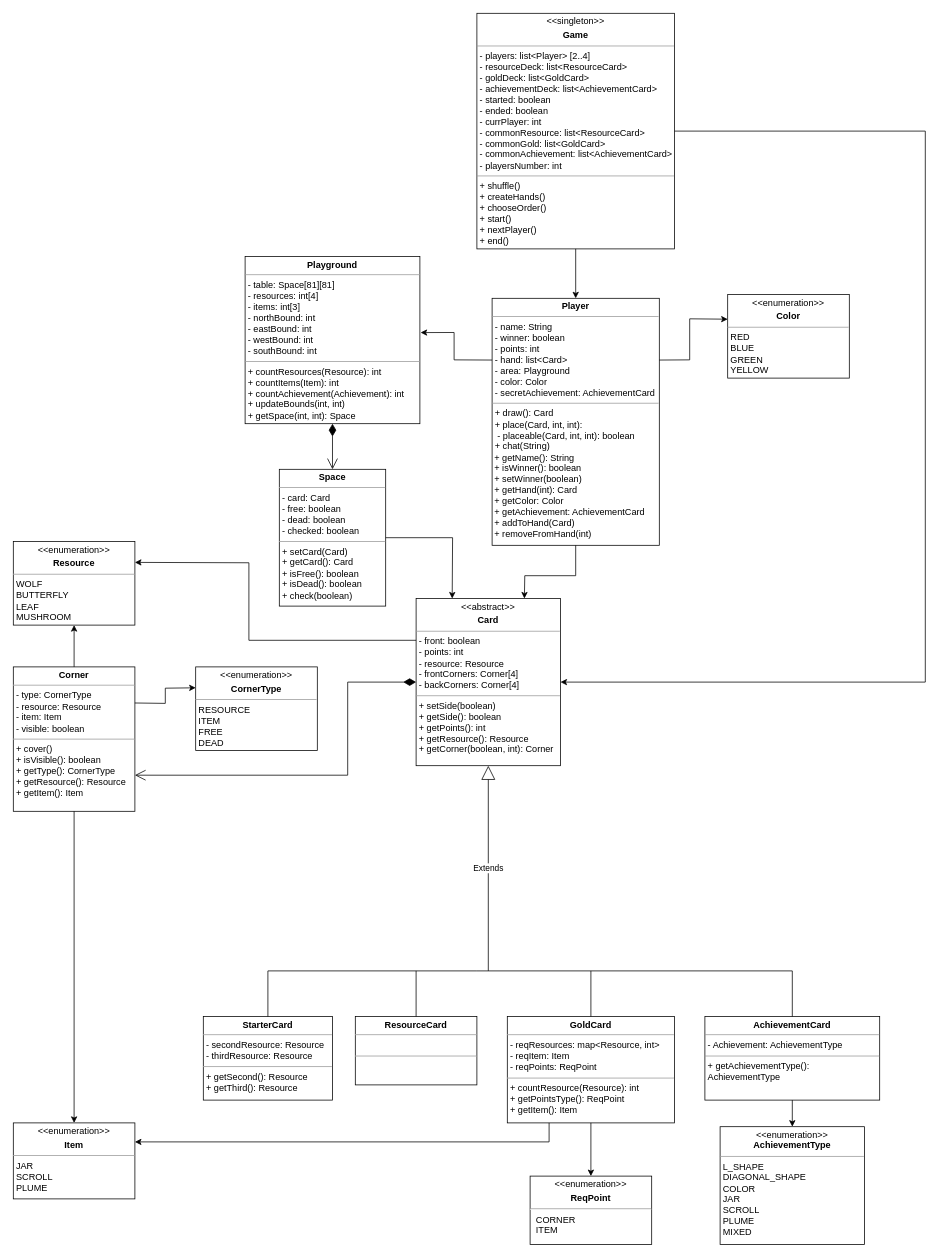
LorenzoTallarico/ing-sw-2024-roggero-tallarico-trombetta-razza keeps this draw.io diagram as deliveries/UML_iniziale_4.drawio. Above is the earlier version. Source tidied: cells renumbered, new cells numbered last; positions are measured from the earlier drawing's top-left corner, leaving out a move shared by most shapes. Both pictures are drawn from the tidied source at 76%, with x=0, y=0 at pixel (13, 13).
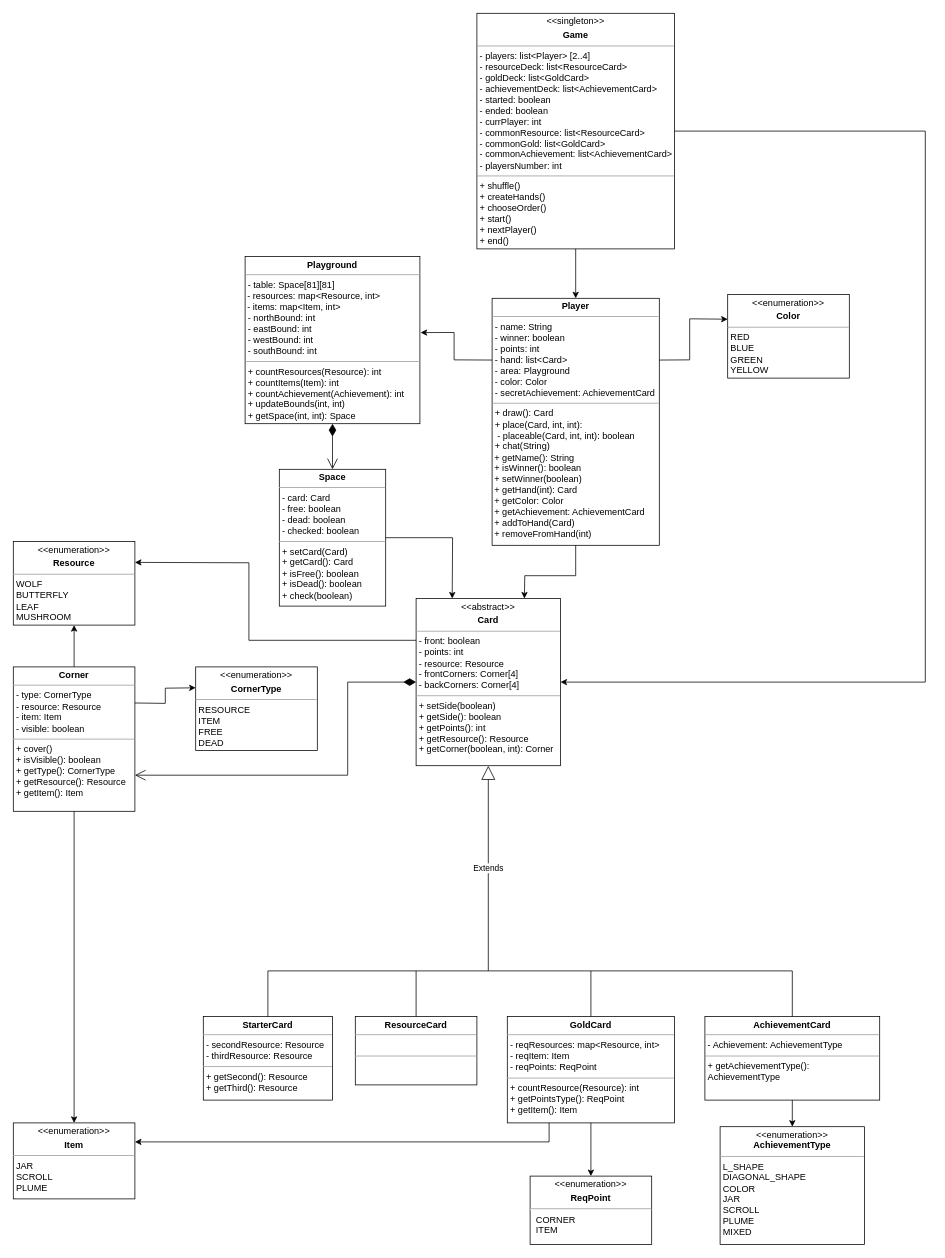
After the change.

Change to the diagram source:
```diff
@@
-    <mxCell id="4" value="&lt;p style=&quot;margin:0px;margin-top:4px;text-align:center;&quot;&gt;&lt;b&gt;Playground&lt;/b&gt;&lt;/p&gt;&lt;hr size=&quot;1&quot;&gt;&lt;p style=&quot;margin:0px;margin-left:4px;&quot;&gt;- table: Space[81][81]&lt;/p&gt;&lt;p style=&quot;margin:0px;margin-left:4px;&quot;&gt;- resources: int[4]&lt;/p&gt;&lt;p style=&quot;margin:0px;margin-left:4px;&quot;&gt;- items: int[3]&lt;/p&gt;&lt;p style=&quot;margin:0px;margin-left:4px;&quot;&gt;- northBound: int&lt;/p&gt;&lt;p style=&quot;margin:0px;margin-left:4px;&quot;&gt;- eastBound: int&lt;br&gt;- westBound: int&lt;/p&gt;&lt;p style=&quot;margin:0px;margin-left:4px;&quot;&gt;- southBound: int&lt;br&gt;&lt;/p&gt;&lt;hr size=&quot;1&quot;&gt;&lt;p style=&quot;margin:0px;margin-left:4px;&quot;&gt;+ countResources(Resource): int&lt;/p&gt;&lt;p style=&quot;margin:0px;margin-left:4px;&quot;&gt;+ countItems(Item): int&lt;/p&gt;&lt;p style=&quot;margin:0px;margin-left:4px;&quot;&gt;+ countAchievement(Achievement): int&lt;/p&gt;&lt;p style=&quot;margin:0px;margin-left:4px;&quot;&gt;+ updateBounds(int, int)&lt;/p&gt;&lt;p style=&quot;margin:0px;margin-left:4px;&quot;&gt;+ getSpace(int, int): Space&lt;br&gt;&lt;/p&gt;" style="verticalAlign=top;align=left;overflow=fill;html=1;whiteSpace=wrap;" parent="1" vertex="1">
+    <mxCell id="4" value="&lt;p style=&quot;margin:0px;margin-top:4px;text-align:center;&quot;&gt;&lt;b&gt;Playground&lt;/b&gt;&lt;/p&gt;&lt;hr size=&quot;1&quot;&gt;&lt;p style=&quot;margin:0px;margin-left:4px;&quot;&gt;- table: Space[81][81]&lt;/p&gt;&lt;div&gt;&amp;nbsp;- resources: map&amp;lt;Resource, int&amp;gt; &lt;br&gt;&lt;/div&gt;&lt;div&gt;&amp;nbsp;- items: map&amp;lt;Item, int&amp;gt; &lt;/div&gt;&lt;p style=&quot;margin:0px;margin-left:4px;&quot;&gt;- northBound: int&lt;/p&gt;&lt;p style=&quot;margin:0px;margin-left:4px;&quot;&gt;- eastBound: int&lt;br&gt;- westBound: int&lt;/p&gt;&lt;p style=&quot;margin:0px;margin-left:4px;&quot;&gt;- southBound: int&lt;br&gt;&lt;/p&gt;&lt;hr size=&quot;1&quot;&gt;&lt;p style=&quot;margin:0px;margin-left:4px;&quot;&gt;+ countResources(Resource): int&lt;/p&gt;&lt;p style=&quot;margin:0px;margin-left:4px;&quot;&gt;+ countItems(Item): int&lt;/p&gt;&lt;p style=&quot;margin:0px;margin-left:4px;&quot;&gt;+ countAchievement(Achievement): int&lt;/p&gt;&lt;p style=&quot;margin:0px;margin-left:4px;&quot;&gt;+ updateBounds(int, int)&lt;/p&gt;&lt;p style=&quot;margin:0px;margin-left:4px;&quot;&gt;+ getSpace(int, int): Space&lt;br&gt;&lt;/p&gt;" style="verticalAlign=top;align=left;overflow=fill;html=1;whiteSpace=wrap;" parent="1" vertex="1">
       <mxGeometry x="305" y="320" width="230" height="220" as="geometry" />
     </mxCell>
```
